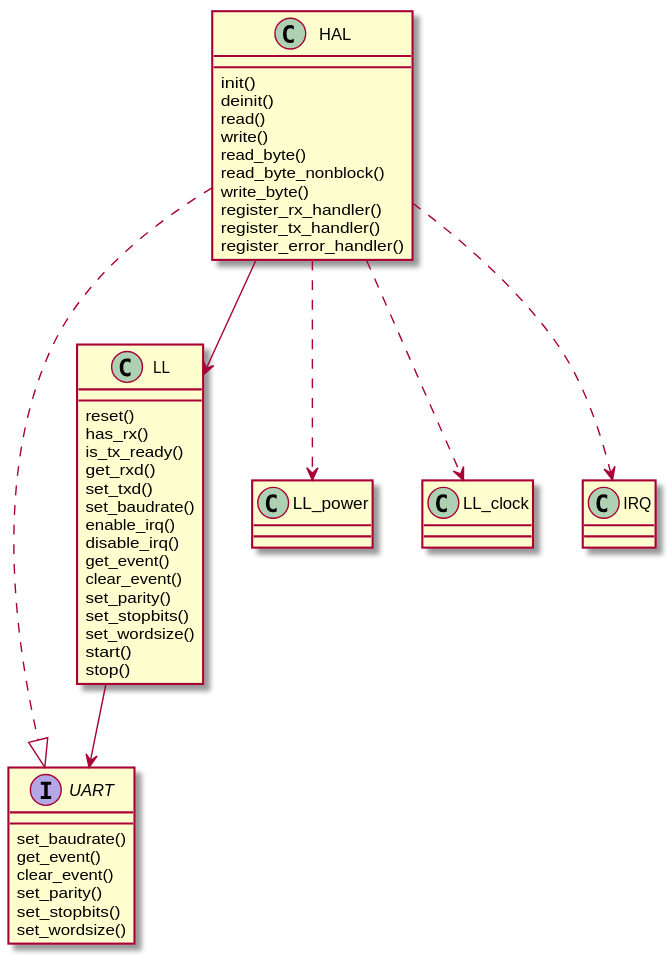
onkwon/halmcu keeps this PlantUML diagram as docs/source/assets/images/uart.svg. Above is the earlier version.
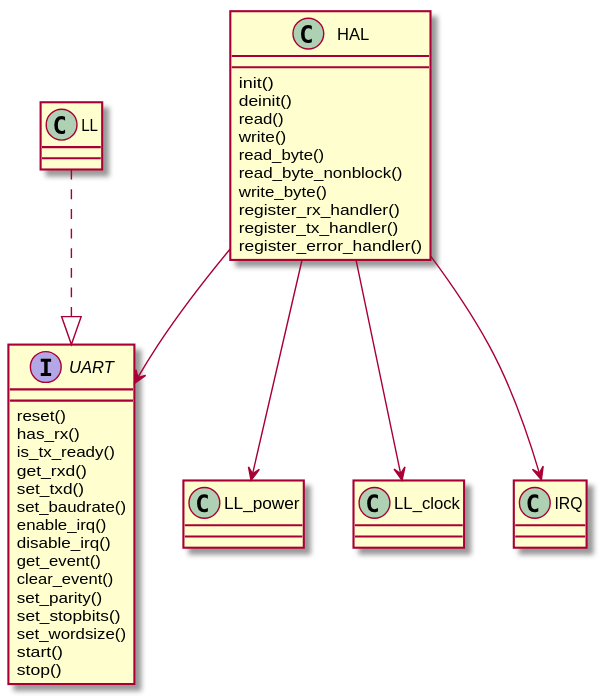
Above is the later version.

What changed in the source:
```diff
@@ -1,14 +1,5 @@
 @startuml
 interface UART {
-	set_baudrate()
-	get_event()
-	clear_event()
-	set_parity()
-	set_stopbits()
-	set_wordsize()
-}
-
-class LL {
 	reset()
 	has_rx()
 	is_tx_ready()
@@ -39,10 +30,9 @@
 	register_error_handler()
 }
 
-HAL ..|> UART
-HAL --> LL
-HAL ..> LL_power
-HAL ..> LL_clock
-HAL ..> IRQ
-LL --> UART
+LL ..|> UART
+HAL --> UART
+HAL --> LL_power
+HAL --> LL_clock
+HAL --> IRQ
 @enduml
```
